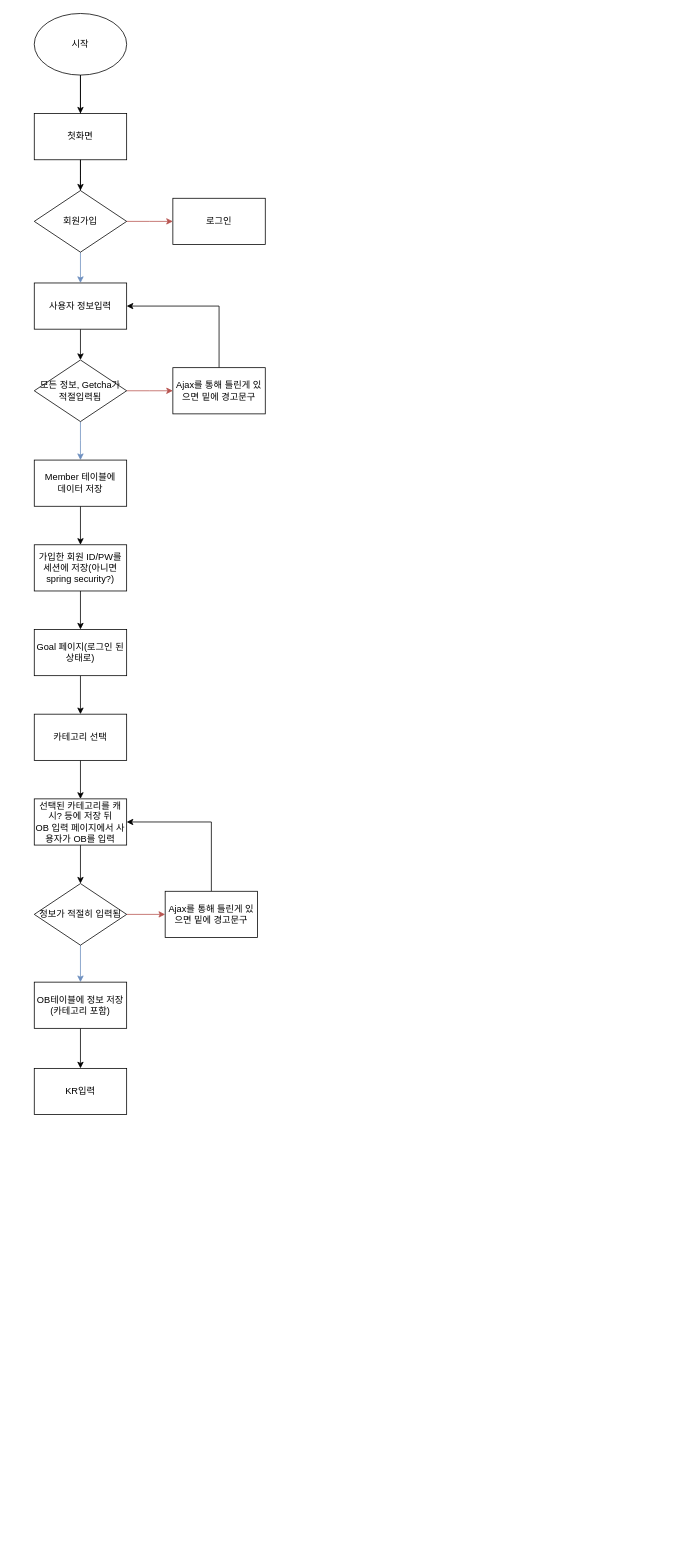
Above: Untitled Diagram.drawio in allogrooming/smallBegin_temp (draw.io), before the change. Source tidied: cells renumbered, new cells numbered last; positions are measured from the earlier drawing's top-left corner, leaving out a move shared by most shapes. Both pictures are drawn from the tidied source at 77%, with x=0, y=0 at pixel (34, 13).
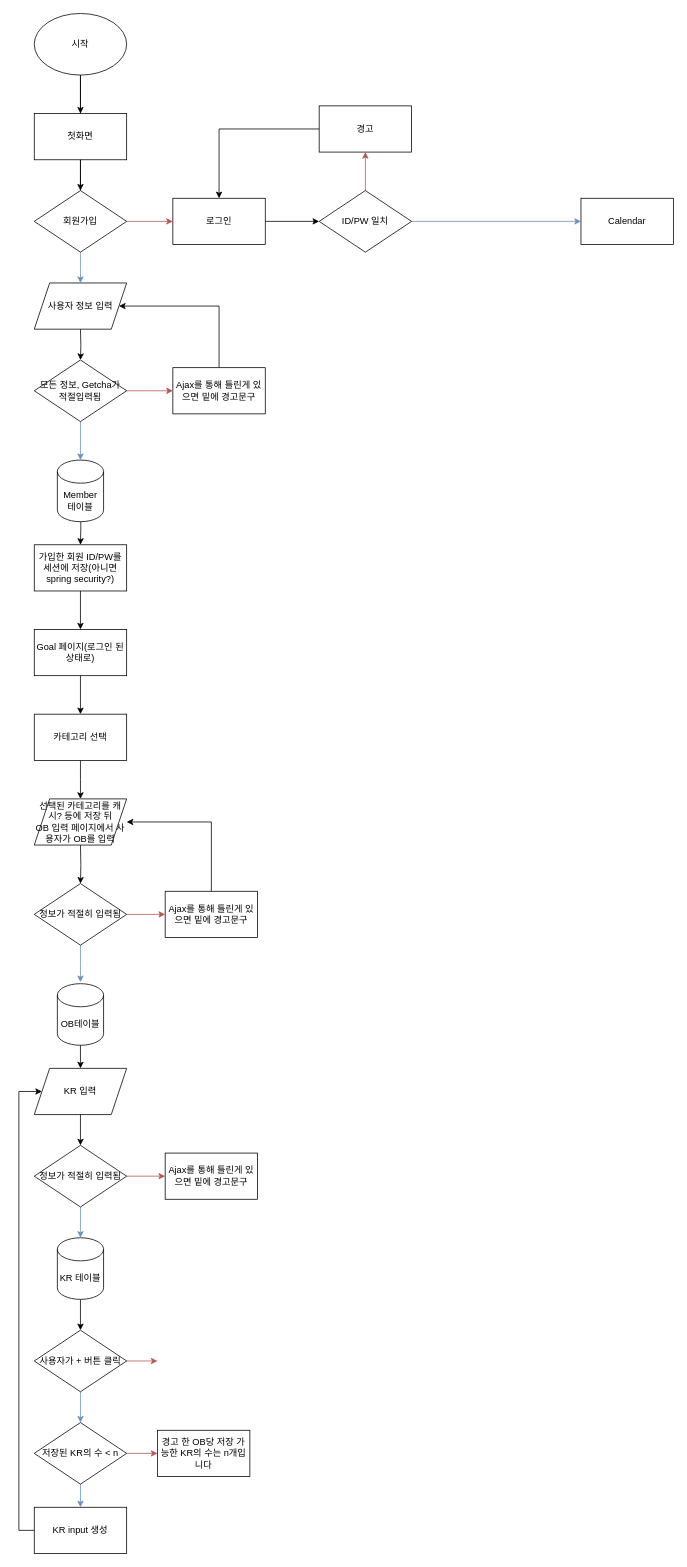
Above is the later version.

The change refers to these unchanged cells:
```xml
<mxCell id="9" value="회원가입" style="rhombus;whiteSpace=wrap;html=1;" parent="1" vertex="1">
  <mxGeometry y="230" width="120" height="80" as="geometry" />
</mxCell>
<mxCell id="11" value="로그인" style="rounded=0;whiteSpace=wrap;html=1;" parent="1" vertex="1">
  <mxGeometry x="180" y="240" width="120" height="60" as="geometry" />
</mxCell>
<mxCell id="16" value="모든 정보, Getcha가 적절입력됨" style="rhombus;whiteSpace=wrap;html=1;" parent="1" vertex="1">
  <mxGeometry y="450" width="120" height="80" as="geometry" />
</mxCell>
<mxCell id="18" value="Ajax를 통해 틀린게 있으면 밑에 경고문구" style="rounded=0;whiteSpace=wrap;html=1;" parent="1" vertex="1">
  <mxGeometry x="180" y="460" width="120" height="60" as="geometry" />
</mxCell>
<mxCell id="22" value="가입한 회원 ID/PW를 세션에 저장(아니면 spring security?)" style="rounded=0;whiteSpace=wrap;html=1;" parent="1" vertex="1">
  <mxGeometry y="690" width="120" height="60" as="geometry" />
</mxCell>
<mxCell id="26" value="카테고리 선택" style="rounded=0;whiteSpace=wrap;html=1;" parent="1" vertex="1">
  <mxGeometry y="910" width="120" height="60" as="geometry" />
</mxCell>
<mxCell id="31" value="정보가 적절히 입력됨" style="rhombus;whiteSpace=wrap;html=1;" parent="1" vertex="1">
  <mxGeometry y="1130" width="120" height="80" as="geometry" />
</mxCell>
<mxCell id="33" value="Ajax를 통해 틀린게 있으면 밑에 경고문구" style="rounded=0;whiteSpace=wrap;html=1;" parent="1" vertex="1">
  <mxGeometry x="170" y="1140" width="120" height="60" as="geometry" />
</mxCell>
```

What changed in the source:
```diff
@@
-    <mxCell id="8" style="edgeStyle=orthogonalEdgeStyle;rounded=0;jettySize=auto;html=1;exitX=0.5;exitY=1;exitDx=0;exitDy=0;entryX=0.5;entryY=0;entryDx=0;entryDy=0;fillColor=#dae8fc;strokeColor=#6c8ebf;" parent="1" edge="1" source="9" target="13">
-      <mxGeometry relative="1" as="geometry" />
+    <mxCell id="8" style="edgeStyle=orthogonalEdgeStyle;rounded=0;jettySize=auto;html=1;exitX=0.5;exitY=1;exitDx=0;exitDy=0;entryX=0.5;entryY=0;entryDx=0;entryDy=0;fillColor=#dae8fc;strokeColor=#6c8ebf;" parent="1" edge="1" source="9">
+      <mxGeometry relative="1" as="geometry">
+        <mxPoint x="60" y="350" as="targetPoint" />
+      </mxGeometry>
     </mxCell>
@@
+    <mxCell id="37" style="edgeStyle=orthogonalEdgeStyle;rounded=0;jettySize=auto;html=1;exitX=1;exitY=0.5;exitDx=0;exitDy=0;entryX=0;entryY=0.5;entryDx=0;entryDy=0;" parent="1" edge="1" source="11" target="43">
+      <mxGeometry relative="1" as="geometry" />
+    </mxCell>
@@
-    <mxCell id="12" style="edgeStyle=orthogonalEdgeStyle;rounded=0;jettySize=auto;html=1;exitX=0.5;exitY=1;exitDx=0;exitDy=0;entryX=0.5;entryY=0;entryDx=0;entryDy=0;" parent="1" edge="1" source="13" target="16">
-      <mxGeometry relative="1" as="geometry" />
+    <mxCell id="12" style="edgeStyle=orthogonalEdgeStyle;rounded=0;jettySize=auto;html=1;exitX=0.5;exitY=1;exitDx=0;exitDy=0;entryX=0.5;entryY=0;entryDx=0;entryDy=0;" parent="1" edge="1" target="16">
+      <mxGeometry relative="1" as="geometry">
+        <mxPoint x="60" y="410" as="sourcePoint" />
+      </mxGeometry>
     </mxCell>
-    <mxCell id="13" value="사용자 정보입력" style="rounded=0;whiteSpace=wrap;html=1;" parent="1" vertex="1">
-      <mxGeometry y="350" width="120" height="60" as="geometry" />
-    </mxCell>
@@
-    <mxCell id="17" style="edgeStyle=orthogonalEdgeStyle;rounded=0;jettySize=auto;html=1;exitX=0.5;exitY=0;exitDx=0;exitDy=0;entryX=1;entryY=0.5;entryDx=0;entryDy=0;" parent="1" edge="1" source="18" target="13">
-      <mxGeometry relative="1" as="geometry" />
+    <mxCell id="17" style="edgeStyle=orthogonalEdgeStyle;rounded=0;jettySize=auto;html=1;exitX=0.5;exitY=0;exitDx=0;exitDy=0;entryX=1;entryY=0.5;entryDx=0;entryDy=0;" parent="1" edge="1" source="18" target="40">
+      <mxGeometry relative="1" as="geometry">
+        <Array as="points">
+          <mxPoint x="240" y="380" />
+        </Array>
+      </mxGeometry>
     </mxCell>
@@
-    <mxCell id="19" style="edgeStyle=orthogonalEdgeStyle;rounded=0;jettySize=auto;html=1;exitX=0.5;exitY=1;exitDx=0;exitDy=0;entryX=0.5;entryY=0;entryDx=0;entryDy=0;" parent="1" edge="1" source="20" target="22">
-      <mxGeometry relative="1" as="geometry" />
+    <mxCell id="19" style="edgeStyle=orthogonalEdgeStyle;rounded=0;jettySize=auto;html=1;exitX=0.5;exitY=1;exitDx=0;exitDy=0;entryX=0.5;entryY=0;entryDx=0;entryDy=0;" parent="1" edge="1" target="22">
+      <mxGeometry relative="1" as="geometry">
+        <mxPoint x="60" y="640" as="sourcePoint" />
+      </mxGeometry>
     </mxCell>
-    <mxCell id="20" value="Member 테이블에 &lt;br&gt;데이터 저장" style="rounded=0;whiteSpace=wrap;html=1;" parent="1" vertex="1">
-      <mxGeometry y="580" width="120" height="60" as="geometry" />
-    </mxCell>
@@
-    <mxCell id="25" style="edgeStyle=orthogonalEdgeStyle;rounded=0;jettySize=auto;html=1;exitX=0.5;exitY=1;exitDx=0;exitDy=0;entryX=0.5;entryY=0;entryDx=0;entryDy=0;" parent="1" edge="1" source="26" target="28">
-      <mxGeometry relative="1" as="geometry" />
+    <mxCell id="25" style="edgeStyle=orthogonalEdgeStyle;rounded=0;jettySize=auto;html=1;exitX=0.5;exitY=1;exitDx=0;exitDy=0;entryX=0.5;entryY=0;entryDx=0;entryDy=0;" parent="1" edge="1" source="26">
+      <mxGeometry relative="1" as="geometry">
+        <mxPoint x="60" y="1020" as="targetPoint" />
+      </mxGeometry>
     </mxCell>
@@
-    <mxCell id="27" style="edgeStyle=orthogonalEdgeStyle;rounded=0;jettySize=auto;html=1;exitX=0.5;exitY=1;exitDx=0;exitDy=0;entryX=0.5;entryY=0;entryDx=0;entryDy=0;" parent="1" edge="1" source="28" target="31">
-      <mxGeometry relative="1" as="geometry" />
+    <mxCell id="27" style="edgeStyle=orthogonalEdgeStyle;rounded=0;jettySize=auto;html=1;exitX=0.5;exitY=1;exitDx=0;exitDy=0;entryX=0.5;entryY=0;entryDx=0;entryDy=0;" parent="1" edge="1" target="31">
+      <mxGeometry relative="1" as="geometry">
+        <mxPoint x="60" y="1080" as="sourcePoint" />
+      </mxGeometry>
     </mxCell>
-    <mxCell id="28" value="선택된 카테고리를 캐시? 등에 저장 뒤 &lt;br&gt;OB 입력 페이지에서 사용자가 OB를 입력" style="rounded=0;whiteSpace=wrap;html=1;" parent="1" vertex="1">
-      <mxGeometry y="1020" width="120" height="60" as="geometry" />
-    </mxCell>
@@
-    <mxCell id="30" style="edgeStyle=orthogonalEdgeStyle;rounded=0;jettySize=auto;html=1;exitX=0.5;exitY=1;exitDx=0;exitDy=0;entryX=0.5;entryY=0;entryDx=0;entryDy=0;fillColor=#dae8fc;strokeColor=#6c8ebf;" parent="1" edge="1" source="31" target="35">
-      <mxGeometry relative="1" as="geometry" />
+    <mxCell id="30" style="edgeStyle=orthogonalEdgeStyle;rounded=0;jettySize=auto;html=1;exitX=0.5;exitY=1;exitDx=0;exitDy=0;entryX=0.5;entryY=0;entryDx=0;entryDy=0;fillColor=#dae8fc;strokeColor=#6c8ebf;" parent="1" edge="1" source="31">
+      <mxGeometry relative="1" as="geometry">
+        <mxPoint x="60" y="1258" as="targetPoint" />
+      </mxGeometry>
     </mxCell>
@@
-    <mxCell id="32" style="edgeStyle=orthogonalEdgeStyle;rounded=0;jettySize=auto;html=1;exitX=0.5;exitY=0;exitDx=0;exitDy=0;entryX=1;entryY=0.5;entryDx=0;entryDy=0;" parent="1" edge="1" source="33" target="28">
-      <mxGeometry relative="1" as="geometry" />
+    <mxCell id="32" style="edgeStyle=orthogonalEdgeStyle;rounded=0;jettySize=auto;html=1;exitX=0.5;exitY=0;exitDx=0;exitDy=0;entryX=1;entryY=0.5;entryDx=0;entryDy=0;" parent="1" edge="1" source="33">
+      <mxGeometry relative="1" as="geometry">
+        <mxPoint x="120" y="1050" as="targetPoint" />
+        <Array as="points">
+          <mxPoint x="230" y="1050" />
+        </Array>
+      </mxGeometry>
     </mxCell>
@@
-    <mxCell id="34" style="edgeStyle=orthogonalEdgeStyle;rounded=0;jettySize=auto;html=1;exitX=0.5;exitY=1;exitDx=0;exitDy=0;entryX=0.5;entryY=0;entryDx=0;entryDy=0;" parent="1" edge="1" source="35" target="36">
-      <mxGeometry relative="1" as="geometry" />
+    <mxCell id="34" style="edgeStyle=orthogonalEdgeStyle;rounded=0;orthogonalLoop=1;jettySize=auto;html=1;exitX=0.5;exitY=1;exitDx=0;exitDy=0;entryX=0.5;entryY=0;entryDx=0;entryDy=0;" parent="1" edge="1">
+      <mxGeometry relative="1" as="geometry">
+        <mxPoint x="60" y="1318" as="sourcePoint" />
+        <mxPoint x="60" y="1370" as="targetPoint" />
+      </mxGeometry>
     </mxCell>
-    <mxCell id="35" value="OB테이블에 정보 저장(카테고리 포함)" style="rounded=0;whiteSpace=wrap;html=1;" parent="1" vertex="1">
-      <mxGeometry y="1258" width="120" height="60" as="geometry" />
-    </mxCell>
-    <mxCell id="36" value="KR입력" style="rounded=0;whiteSpace=wrap;html=1;" parent="1" vertex="1">
-      <mxGeometry y="1370" width="120" height="60" as="geometry" />
-    </mxCell>
+    <mxCell id="38" style="edgeStyle=orthogonalEdgeStyle;rounded=0;jettySize=auto;html=1;exitX=0.5;exitY=1;exitDx=0;exitDy=0;entryX=0.5;entryY=0;entryDx=0;entryDy=0;" parent="1" edge="1" source="39" target="49">
+      <mxGeometry relative="1" as="geometry" />
+    </mxCell>
+    <mxCell id="39" value="KR 입력" style="shape=parallelogram;perimeter=parallelogramPerimeter;whiteSpace=wrap;html=1;fixedSize=1;" parent="1" vertex="1">
+      <mxGeometry y="1370" width="120" height="60" as="geometry" />
+    </mxCell>
+    <mxCell id="40" value="사용자 정보 입력" style="shape=parallelogram;perimeter=parallelogramPerimeter;whiteSpace=wrap;html=1;fixedSize=1;" parent="1" vertex="1">
+      <mxGeometry y="350" width="120" height="60" as="geometry" />
+    </mxCell>
+    <mxCell id="28" value="&lt;span&gt;선택된 카테고리를 캐시? 등에 저장 뒤&lt;/span&gt;&lt;br&gt;&lt;span&gt;OB 입력 페이지에서 사용자가 OB를 입력&lt;/span&gt;" style="shape=parallelogram;perimeter=parallelogramPerimeter;whiteSpace=wrap;html=1;fixedSize=1;" parent="1" vertex="1">
+      <mxGeometry y="1020" width="120" height="60" as="geometry" />
+    </mxCell>
+    <mxCell id="41" style="edgeStyle=orthogonalEdgeStyle;rounded=0;jettySize=auto;html=1;exitX=1;exitY=0.5;exitDx=0;exitDy=0;fillColor=#dae8fc;strokeColor=#6c8ebf;" parent="1" edge="1" source="43" target="44">
+      <mxGeometry relative="1" as="geometry" />
+    </mxCell>
+    <mxCell id="42" style="edgeStyle=orthogonalEdgeStyle;rounded=0;jettySize=auto;html=1;exitX=0.5;exitY=0;exitDx=0;exitDy=0;entryX=0.5;entryY=1;entryDx=0;entryDy=0;fillColor=#f8cecc;strokeColor=#b85450;" parent="1" edge="1" source="43" target="46">
+      <mxGeometry relative="1" as="geometry" />
+    </mxCell>
+    <mxCell id="43" value="ID/PW 일치" style="rhombus;whiteSpace=wrap;html=1;" parent="1" vertex="1">
+      <mxGeometry x="370" y="230" width="120" height="80" as="geometry" />
+    </mxCell>
+    <mxCell id="44" value="Calendar" style="rounded=0;whiteSpace=wrap;html=1;" parent="1" vertex="1">
+      <mxGeometry x="710" y="240" width="120" height="60" as="geometry" />
+    </mxCell>
+    <mxCell id="45" style="edgeStyle=orthogonalEdgeStyle;rounded=0;jettySize=auto;html=1;exitX=0;exitY=0.5;exitDx=0;exitDy=0;entryX=0.5;entryY=0;entryDx=0;entryDy=0;" parent="1" edge="1" source="46" target="11">
+      <mxGeometry relative="1" as="geometry" />
+    </mxCell>
+    <mxCell id="46" value="경고" style="rounded=0;whiteSpace=wrap;html=1;" parent="1" vertex="1">
+      <mxGeometry x="370" y="120" width="120" height="60" as="geometry" />
+    </mxCell>
+    <mxCell id="47" style="edgeStyle=orthogonalEdgeStyle;rounded=0;jettySize=auto;html=1;exitX=1;exitY=0.5;exitDx=0;exitDy=0;entryX=0;entryY=0.5;entryDx=0;entryDy=0;fillColor=#f8cecc;strokeColor=#b85450;" parent="1" edge="1" source="49" target="50">
+      <mxGeometry relative="1" as="geometry" />
+    </mxCell>
+    <mxCell id="48" style="edgeStyle=orthogonalEdgeStyle;rounded=0;jettySize=auto;html=1;exitX=0.5;exitY=1;exitDx=0;exitDy=0;fillColor=#dae8fc;strokeColor=#6c8ebf;" parent="1" edge="1" source="49" target="54">
+      <mxGeometry relative="1" as="geometry" />
+    </mxCell>
+    <mxCell id="49" value="정보가 적절히 입력됨" style="rhombus;whiteSpace=wrap;html=1;" parent="1" vertex="1">
+      <mxGeometry y="1470" width="120" height="80" as="geometry" />
+    </mxCell>
+    <mxCell id="50" value="Ajax를 통해 틀린게 있으면 밑에 경고문구" style="rounded=0;whiteSpace=wrap;html=1;" parent="1" vertex="1">
+      <mxGeometry x="170" y="1480" width="120" height="60" as="geometry" />
+    </mxCell>
+    <mxCell id="51" value="OB테이블" style="shape=cylinder3;whiteSpace=wrap;html=1;boundedLbl=1;backgroundOutline=1;size=15;" parent="1" vertex="1">
+      <mxGeometry x="30" y="1260" width="60" height="80" as="geometry" />
+    </mxCell>
+    <mxCell id="52" value="Member 테이블" style="shape=cylinder3;whiteSpace=wrap;html=1;boundedLbl=1;backgroundOutline=1;size=15;" parent="1" vertex="1">
+      <mxGeometry x="30" y="580" width="60" height="80" as="geometry" />
+    </mxCell>
+    <mxCell id="53" style="edgeStyle=orthogonalEdgeStyle;rounded=0;jettySize=auto;html=1;exitX=0.5;exitY=1;exitDx=0;exitDy=0;exitPerimeter=0;entryX=0.5;entryY=0;entryDx=0;entryDy=0;" parent="1" edge="1" source="54" target="57">
+      <mxGeometry relative="1" as="geometry" />
+    </mxCell>
+    <mxCell id="54" value="KR 테이블" style="shape=cylinder3;whiteSpace=wrap;html=1;boundedLbl=1;backgroundOutline=1;size=15;" parent="1" vertex="1">
+      <mxGeometry x="30" y="1590" width="60" height="80" as="geometry" />
+    </mxCell>
+    <mxCell id="55" style="edgeStyle=orthogonalEdgeStyle;rounded=0;jettySize=auto;html=1;exitX=0.5;exitY=1;exitDx=0;exitDy=0;entryX=0.5;entryY=0;entryDx=0;entryDy=0;fillColor=#dae8fc;strokeColor=#6c8ebf;" parent="1" edge="1" source="57" target="60">
+      <mxGeometry relative="1" as="geometry" />
+    </mxCell>
+    <mxCell id="56" style="edgeStyle=orthogonalEdgeStyle;rounded=0;jettySize=auto;html=1;exitX=1;exitY=0.5;exitDx=0;exitDy=0;fillColor=#f8cecc;strokeColor=#b85450;" parent="1" edge="1" source="57">
+      <mxGeometry relative="1" as="geometry">
+        <mxPoint x="160" y="1750" as="targetPoint" />
+      </mxGeometry>
+    </mxCell>
+    <mxCell id="57" value="사용자가 + 버튼 클릭" style="rhombus;whiteSpace=wrap;html=1;" parent="1" vertex="1">
+      <mxGeometry y="1710" width="120" height="80" as="geometry" />
+    </mxCell>
+    <mxCell id="58" style="edgeStyle=orthogonalEdgeStyle;rounded=0;jettySize=auto;html=1;exitX=0.5;exitY=1;exitDx=0;exitDy=0;entryX=0.5;entryY=0;entryDx=0;entryDy=0;fillColor=#dae8fc;strokeColor=#6c8ebf;" parent="1" edge="1" source="60" target="62">
+      <mxGeometry relative="1" as="geometry" />
+    </mxCell>
+    <mxCell id="59" style="edgeStyle=orthogonalEdgeStyle;rounded=0;jettySize=auto;html=1;exitX=1;exitY=0.5;exitDx=0;exitDy=0;fillColor=#f8cecc;strokeColor=#b85450;" parent="1" edge="1" source="60">
+      <mxGeometry relative="1" as="geometry">
+        <mxPoint x="160" y="1870" as="targetPoint" />
+      </mxGeometry>
+    </mxCell>
+    <mxCell id="60" value="저장된 KR의 수 &amp;lt; n" style="rhombus;whiteSpace=wrap;html=1;" parent="1" vertex="1">
+      <mxGeometry y="1830" width="120" height="80" as="geometry" />
+    </mxCell>
+    <mxCell id="61" style="edgeStyle=orthogonalEdgeStyle;rounded=0;jettySize=auto;html=1;exitX=0;exitY=0.5;exitDx=0;exitDy=0;" parent="1" edge="1" source="62" target="39">
+      <mxGeometry relative="1" as="geometry">
+        <Array as="points">
+          <mxPoint x="-20" y="1970" />
+          <mxPoint x="-20" y="1400" />
+        </Array>
+      </mxGeometry>
+    </mxCell>
+    <mxCell id="62" value="KR input 생성" style="rounded=0;whiteSpace=wrap;html=1;" parent="1" vertex="1">
+      <mxGeometry y="1940" width="120" height="60" as="geometry" />
+    </mxCell>
+    <mxCell id="63" value="경고 한 OB당 저장 가능한 KR의 수는 n개입니다" style="rounded=0;whiteSpace=wrap;html=1;" parent="1" vertex="1">
+      <mxGeometry x="160" y="1840" width="120" height="60" as="geometry" />
+    </mxCell>
```
